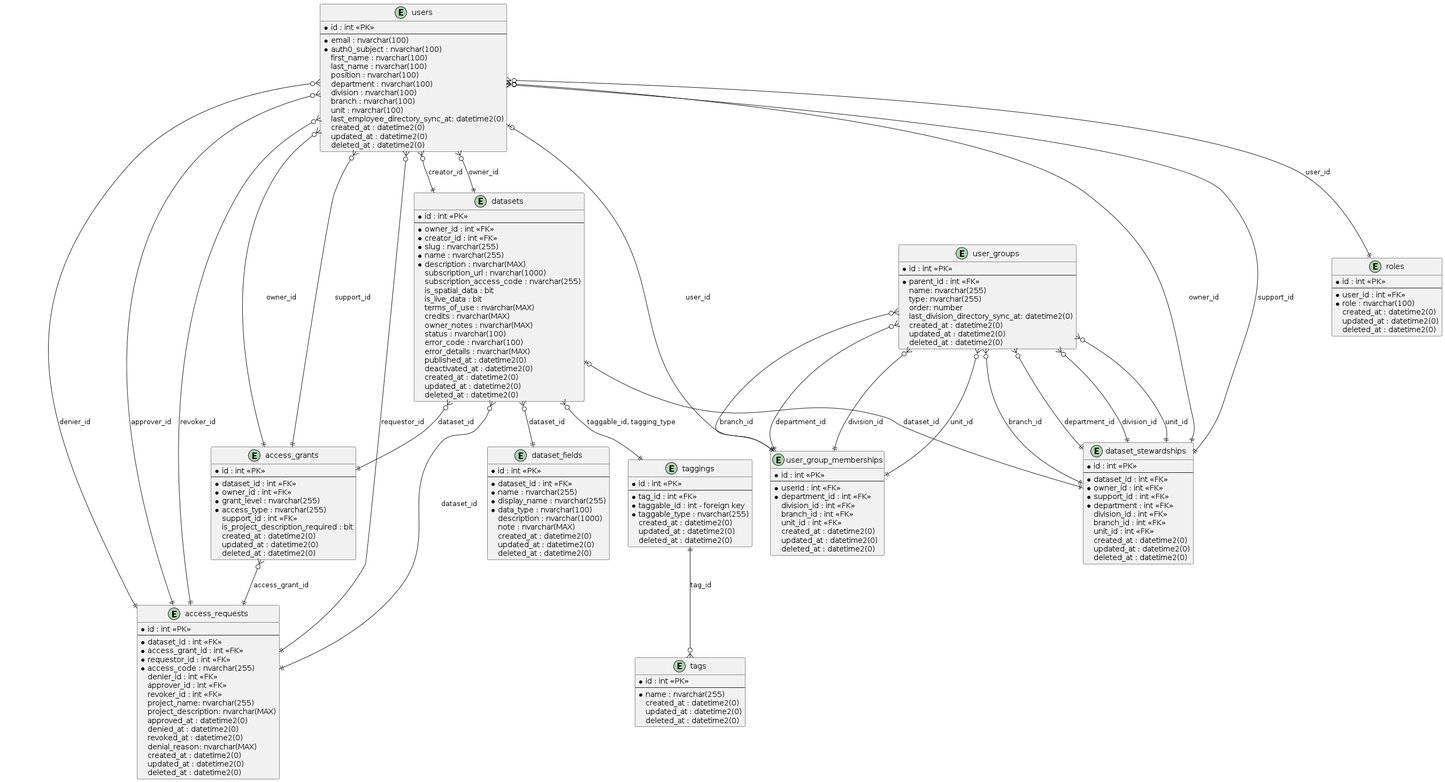
Earlier version of the PlantUML export _Design/Entity Relationship Diagrams.png (ytgov/internal-data-portal).
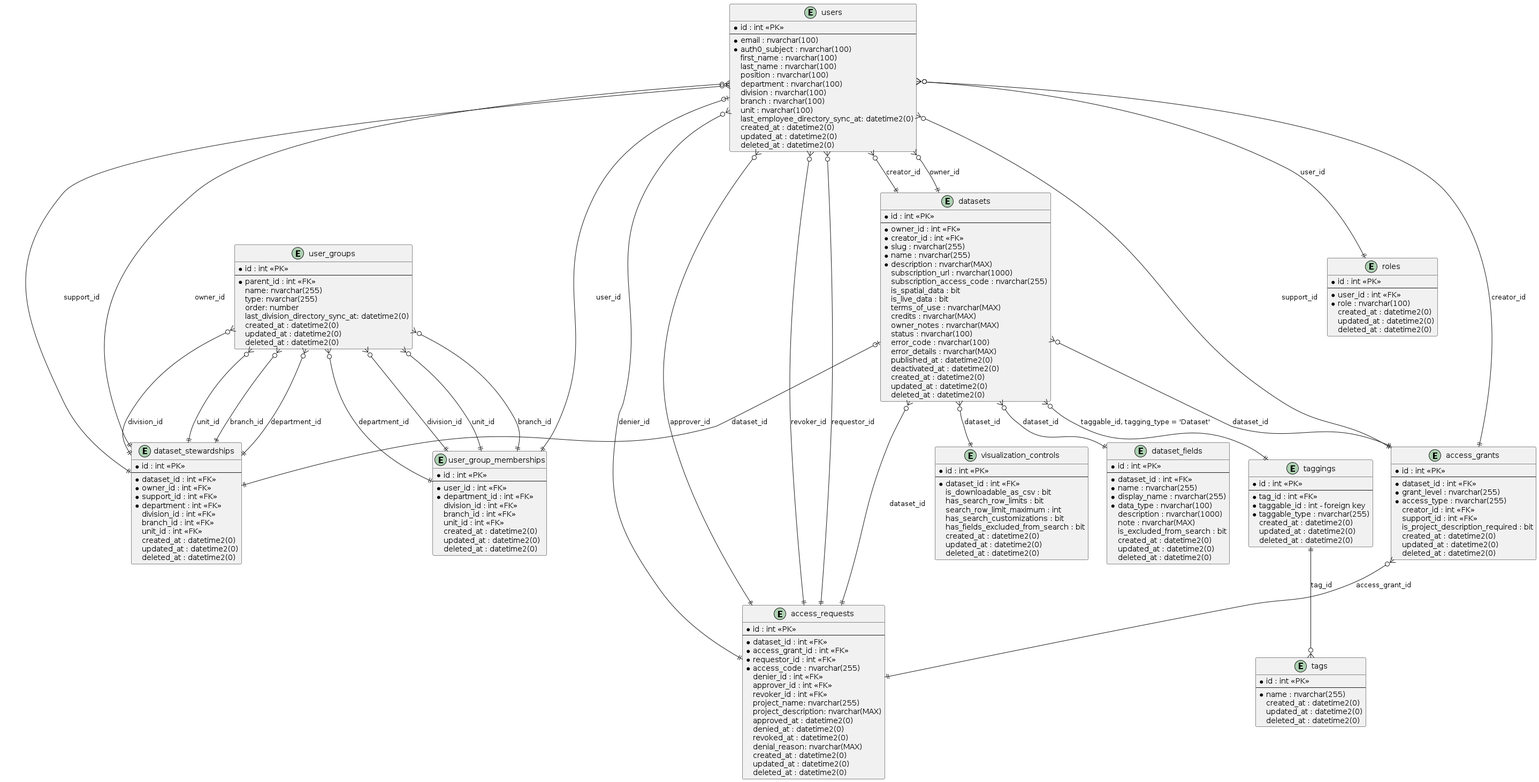
The same diagram one commit later.

Commit message:
:tophat: Update entity diagrams.

What changed in the source:
```diff
@@ -3,9 +3,9 @@
   * id : int <<PK>>
   --
   * dataset_id : int <<FK>>
-  * owner_id : int <<FK>>
   * grant_level : nvarchar(255)
   * access_type : nvarchar(255)
+  creator_id : int <<FK>>
   support_id : int <<FK>>
   is_project_description_required : bit
   created_at : datetime2(0)
@@ -43,6 +43,7 @@
   * data_type : nvarchar(100)
   description : nvarchar(1000)
   note : nvarchar(MAX)
+  is_excluded_from_search : bit
   created_at : datetime2(0)
   updated_at : datetime2(0)
   deleted_at : datetime2(0)
@@ -122,7 +123,7 @@
 entity "user_group_memberships" {
   * id : int <<PK>>
   --
-  * userId : int <<FK>>
+  * user_id : int <<FK>>
   * department_id : int <<FK>>
   division_id : int <<FK>>
   branch_id : int <<FK>>
@@ -163,12 +164,27 @@
   deleted_at : datetime2(0)
 }
 
+entity "visualization_controls" {
+  * id : int <<PK>>
+  --
+  * dataset_id : int <<FK>>
+  is_downloadable_as_csv : bit
+  has_search_row_limits : bit
+  search_row_limit_maximum : int
+  has_search_customizations : bit
+  has_fields_excluded_from_search : bit
+  created_at : datetime2(0)
+  updated_at : datetime2(0)
+  deleted_at : datetime2(0)
+}
+
 access_grants }o--|| access_requests : access_grant_id
 datasets }o--|| access_grants : dataset_id
 datasets }o--|| dataset_fields : dataset_id
-datasets }o--|| taggings : taggable_id, tagging_type
+datasets }o--|| taggings : taggable_id, tagging_type = 'Dataset'
 datasets |o--|| dataset_stewardships : dataset_id
 datasets }o--|| access_requests : dataset_id
+datasets }o--|| visualization_controls : dataset_id
 taggings ||--o{ tags : tag_id
 user_groups }o--|| dataset_stewardships : branch_id
 user_groups }o--|| dataset_stewardships : department_id
@@ -178,8 +194,8 @@
 user_groups }o--|| user_group_memberships : department_id
 user_groups }o--|| user_group_memberships : division_id
 user_groups }o--|| user_group_memberships : unit_id
-users }o--|| access_grants : owner_id
 users }o--|| access_grants : support_id
+users }o--|| access_grants : creator_id
 users }o--|| access_requests : requestor_id
 users }o--|| access_requests : denier_id
 users }o--|| access_requests : approver_id
```
